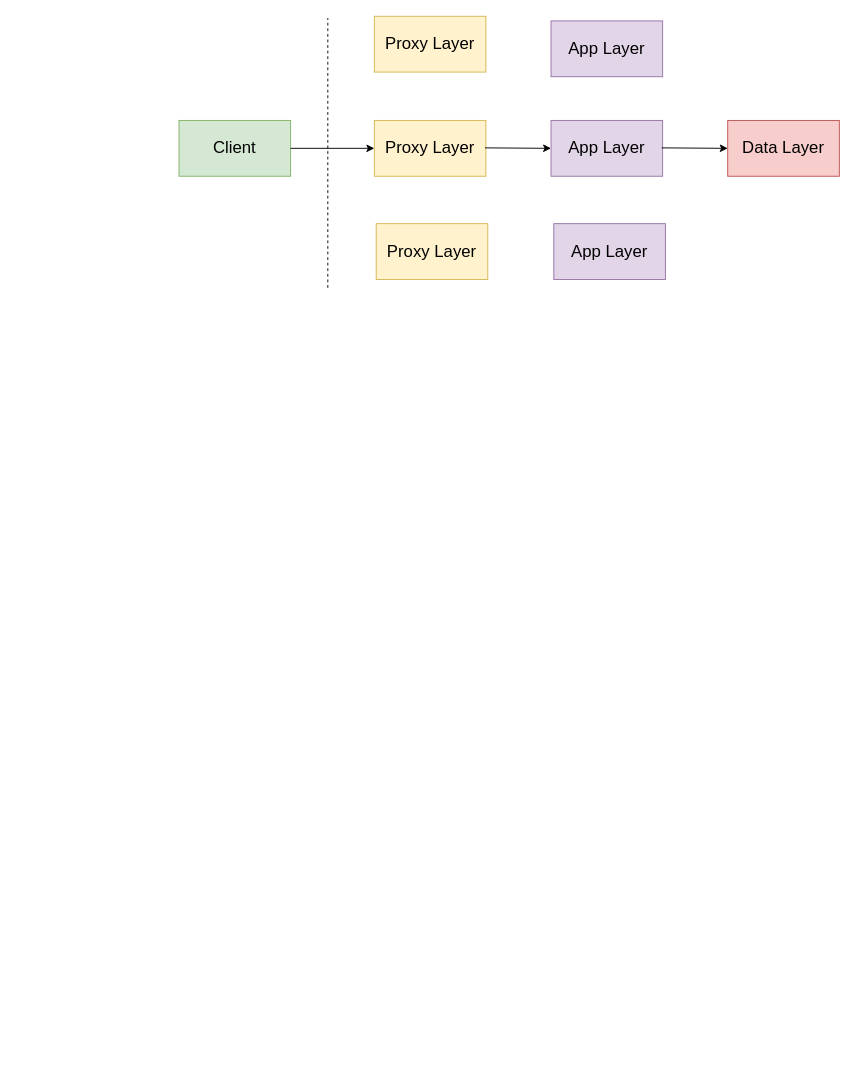
Above: aws/未命名绘图.drawio in qqiangwu/draw.io (draw.io), before the change. Source tidied: cells renumbered, new cells numbered last; positions are measured from the earlier drawing's top-left corner, leaving out a move shared by most shapes. Both pictures are drawn from the tidied source at 93%, with x=0, y=0 at pixel (179, 16).
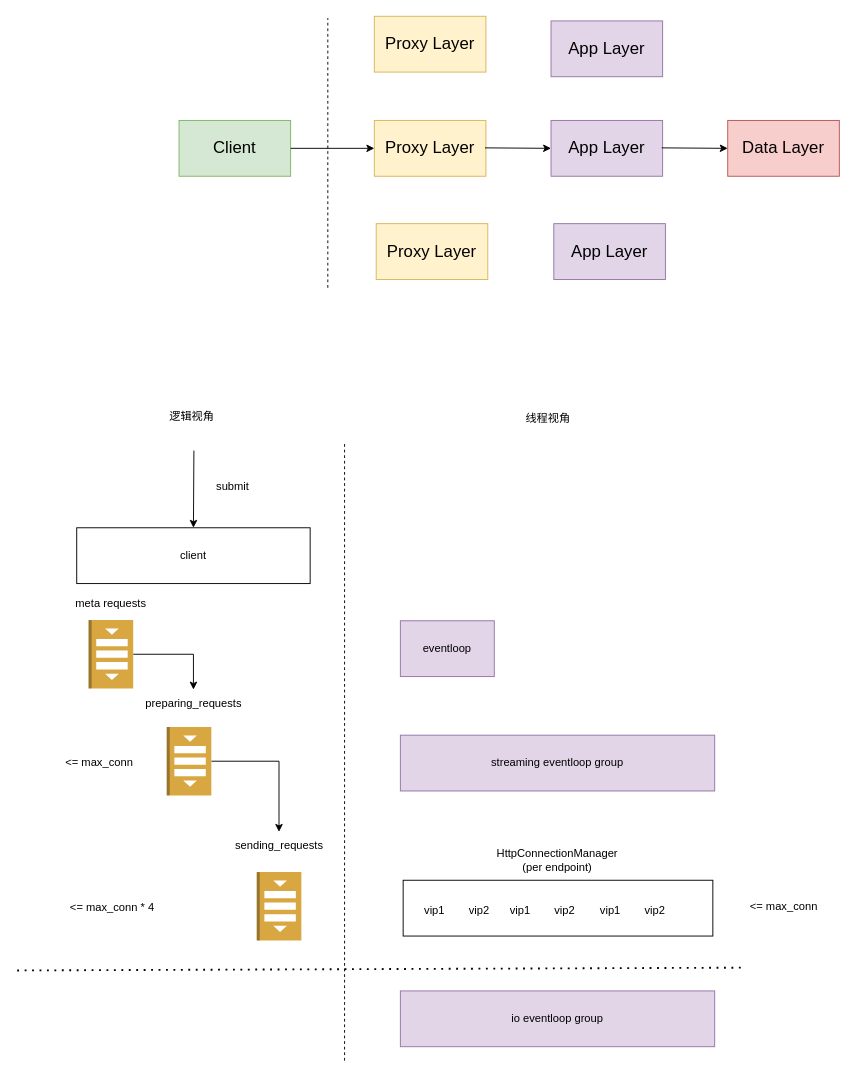
The same page after the edit.

Commit message:
未命名绘图.drawio

What changed in the source:
```diff
@@
+    <mxCell id="14" style="endArrow=none;dashed=1;html=1;rounded=0;" parent="1" edge="1">
+      <mxGeometry relative="1" as="geometry">
+        <mxPoint x="178" y="1123" as="sourcePoint" />
+        <mxPoint x="178" y="459" as="targetPoint" />
+      </mxGeometry>
+    </mxCell>
+    <mxCell id="15" value="逻辑视角" style="text;html=1;align=center;verticalAlign=middle;whiteSpace=wrap;rounded=0;" parent="1" vertex="1">
+      <mxGeometry x="-16" y="416" width="60" height="30" as="geometry" />
+    </mxCell>
+    <mxCell id="16" value="线程视角" style="text;html=1;align=center;verticalAlign=middle;whiteSpace=wrap;rounded=0;" parent="1" vertex="1">
+      <mxGeometry x="367" y="418" width="60" height="30" as="geometry" />
+    </mxCell>
+    <mxCell id="17" value="client" style="rounded=0;whiteSpace=wrap;html=1;" parent="1" vertex="1">
+      <mxGeometry x="-110" y="550" width="251" height="60" as="geometry" />
+    </mxCell>
+    <mxCell id="18" style="edgeStyle=orthogonalEdgeStyle;rounded=0;jettySize=auto;html=1;" parent="1" edge="1" source="19" target="21">
+      <mxGeometry relative="1" as="geometry" />
+    </mxCell>
+    <mxCell id="19" style="outlineConnect=0;dashed=0;verticalLabelPosition=bottom;verticalAlign=top;align=center;html=1;shape=mxgraph.aws3.queue;fillColor=#D9A741;gradientColor=none;rotation=90;" parent="1" vertex="1">
+      <mxGeometry x="-110" y="662" width="73.5" height="48" as="geometry" />
+    </mxCell>
+    <mxCell id="20" value="meta requests" style="text;html=1;align=center;verticalAlign=middle;whiteSpace=wrap;rounded=0;" parent="1" vertex="1">
+      <mxGeometry x="-133.2" y="617" width="120" height="30" as="geometry" />
+    </mxCell>
+    <mxCell id="21" value="preparing_requests" style="text;html=1;align=center;verticalAlign=middle;whiteSpace=wrap;rounded=0;" parent="1" vertex="1">
+      <mxGeometry x="-44.5" y="724" width="120" height="30" as="geometry" />
+    </mxCell>
+    <mxCell id="22" value="sending_requests" style="text;html=1;align=center;verticalAlign=middle;whiteSpace=wrap;rounded=0;" parent="1" vertex="1">
+      <mxGeometry x="47.5" y="877" width="120" height="30" as="geometry" />
+    </mxCell>
+    <mxCell id="23" style="endArrow=classic;html=1;rounded=0;entryX=0.5;entryY=0;entryDx=0;entryDy=0;" parent="1" edge="1" target="17">
+      <mxGeometry relative="1" as="geometry">
+        <mxPoint x="16" y="467" as="sourcePoint" />
+      </mxGeometry>
+    </mxCell>
+    <mxCell id="24" value="submit" style="text;html=1;align=center;verticalAlign=middle;whiteSpace=wrap;rounded=0;" parent="1" vertex="1">
+      <mxGeometry x="28" y="491" width="60" height="30" as="geometry" />
+    </mxCell>
+    <mxCell id="25" style="edgeStyle=orthogonalEdgeStyle;rounded=0;jettySize=auto;html=1;" parent="1" edge="1" source="26" target="22">
+      <mxGeometry relative="1" as="geometry" />
+    </mxCell>
+    <mxCell id="26" style="outlineConnect=0;dashed=0;verticalLabelPosition=bottom;verticalAlign=top;align=center;html=1;shape=mxgraph.aws3.queue;fillColor=#D9A741;gradientColor=none;rotation=90;" parent="1" vertex="1">
+      <mxGeometry x="-26" y="777" width="73.5" height="48" as="geometry" />
+    </mxCell>
+    <mxCell id="27" style="dashed=0;verticalLabelPosition=bottom;verticalAlign=top;align=center;html=1;shape=mxgraph.aws3.queue;fillColor=#D9A741;gradientColor=none;rotation=90;" parent="1" vertex="1">
+      <mxGeometry x="70.8" y="933" width="73.5" height="48" as="geometry" />
+    </mxCell>
+    <mxCell id="28" value="eventloop" style="rounded=0;whiteSpace=wrap;html=1;fillColor=#e1d5e7;strokeColor=#9673a6;" parent="1" vertex="1">
+      <mxGeometry x="238" y="650" width="101" height="60" as="geometry" />
+    </mxCell>
+    <mxCell id="29" value="streaming eventloop group" style="rounded=0;whiteSpace=wrap;html=1;fillColor=#e1d5e7;strokeColor=#9673a6;" parent="1" vertex="1">
+      <mxGeometry x="238" y="773" width="338" height="60" as="geometry" />
+    </mxCell>
+    <mxCell id="30" value="io eventloop group" style="rounded=0;whiteSpace=wrap;html=1;fillColor=#e1d5e7;strokeColor=#9673a6;" parent="1" vertex="1">
+      <mxGeometry x="238" y="1048" width="338" height="60" as="geometry" />
+    </mxCell>
+    <mxCell id="31" style="endArrow=none;dashed=1;html=1;dashPattern=1 3;strokeWidth=2;rounded=0;" parent="1" edge="1">
+      <mxGeometry relative="1" as="geometry">
+        <mxPoint x="-174" y="1026" as="sourcePoint" />
+        <mxPoint x="608" y="1023" as="targetPoint" />
+      </mxGeometry>
+    </mxCell>
+    <mxCell id="32" style="rounded=0;whiteSpace=wrap;html=1;" parent="1" vertex="1">
+      <mxGeometry x="241" y="929" width="333" height="60" as="geometry" />
+    </mxCell>
+    <mxCell id="33" value="HttpConnectionManager (per endpoint)" style="text;html=1;align=center;verticalAlign=middle;whiteSpace=wrap;rounded=0;" parent="1" vertex="1">
+      <mxGeometry x="377" y="893" width="60" height="30" as="geometry" />
+    </mxCell>
+    <mxCell id="34" value="&amp;lt;= max_conn" style="text;html=1;align=center;verticalAlign=middle;whiteSpace=wrap;rounded=0;" parent="1" vertex="1">
+      <mxGeometry x="-131" y="788" width="91" height="30" as="geometry" />
+    </mxCell>
+    <mxCell id="35" value="&amp;lt;= max_conn * 4" style="text;html=1;align=center;verticalAlign=middle;whiteSpace=wrap;rounded=0;" parent="1" vertex="1">
+      <mxGeometry x="-129.8" y="944" width="116.5" height="30" as="geometry" />
+    </mxCell>
+    <mxCell id="36" value="&amp;lt;= max_conn" style="text;html=1;align=center;verticalAlign=middle;whiteSpace=wrap;rounded=0;" parent="1" vertex="1">
+      <mxGeometry x="604.5" y="942" width="91" height="30" as="geometry" />
+    </mxCell>
+    <mxCell id="37" value="vip1" style="text;html=1;align=center;verticalAlign=middle;whiteSpace=wrap;rounded=0;" parent="1" vertex="1">
+      <mxGeometry x="245" y="947" width="60" height="30" as="geometry" />
+    </mxCell>
+    <mxCell id="38" value="vip2" style="text;html=1;align=center;verticalAlign=middle;whiteSpace=wrap;rounded=0;" parent="1" vertex="1">
+      <mxGeometry x="293" y="947" width="60" height="30" as="geometry" />
+    </mxCell>
+    <mxCell id="39" value="vip1" style="text;html=1;align=center;verticalAlign=middle;whiteSpace=wrap;rounded=0;" parent="1" vertex="1">
+      <mxGeometry x="337" y="947" width="60" height="30" as="geometry" />
+    </mxCell>
+    <mxCell id="40" value="vip2" style="text;html=1;align=center;verticalAlign=middle;whiteSpace=wrap;rounded=0;" parent="1" vertex="1">
+      <mxGeometry x="385" y="947" width="60" height="30" as="geometry" />
+    </mxCell>
+    <mxCell id="41" value="vip1" style="text;html=1;align=center;verticalAlign=middle;whiteSpace=wrap;rounded=0;" parent="1" vertex="1">
+      <mxGeometry x="434" y="947" width="60" height="30" as="geometry" />
+    </mxCell>
+    <mxCell id="42" value="vip2" style="text;html=1;align=center;verticalAlign=middle;whiteSpace=wrap;rounded=0;" parent="1" vertex="1">
+      <mxGeometry x="482" y="947" width="60" height="30" as="geometry" />
+    </mxCell>
```
